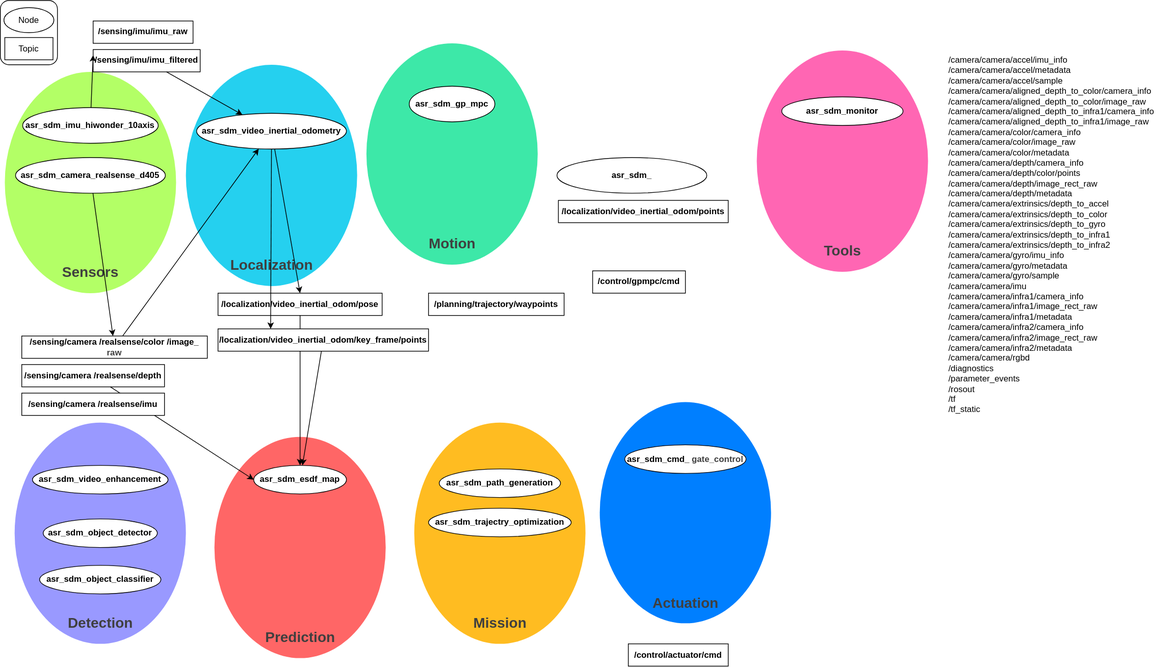
Before: asrsdm_diagram.drawio.svg, a diagram exported from draw.io (Yunxiu586/asr_sdm_robo). Source tidied: cells renumbered, new cells last; positions are measured from the earlier drawing's top-left corner, leaving out a move shared by most shapes.
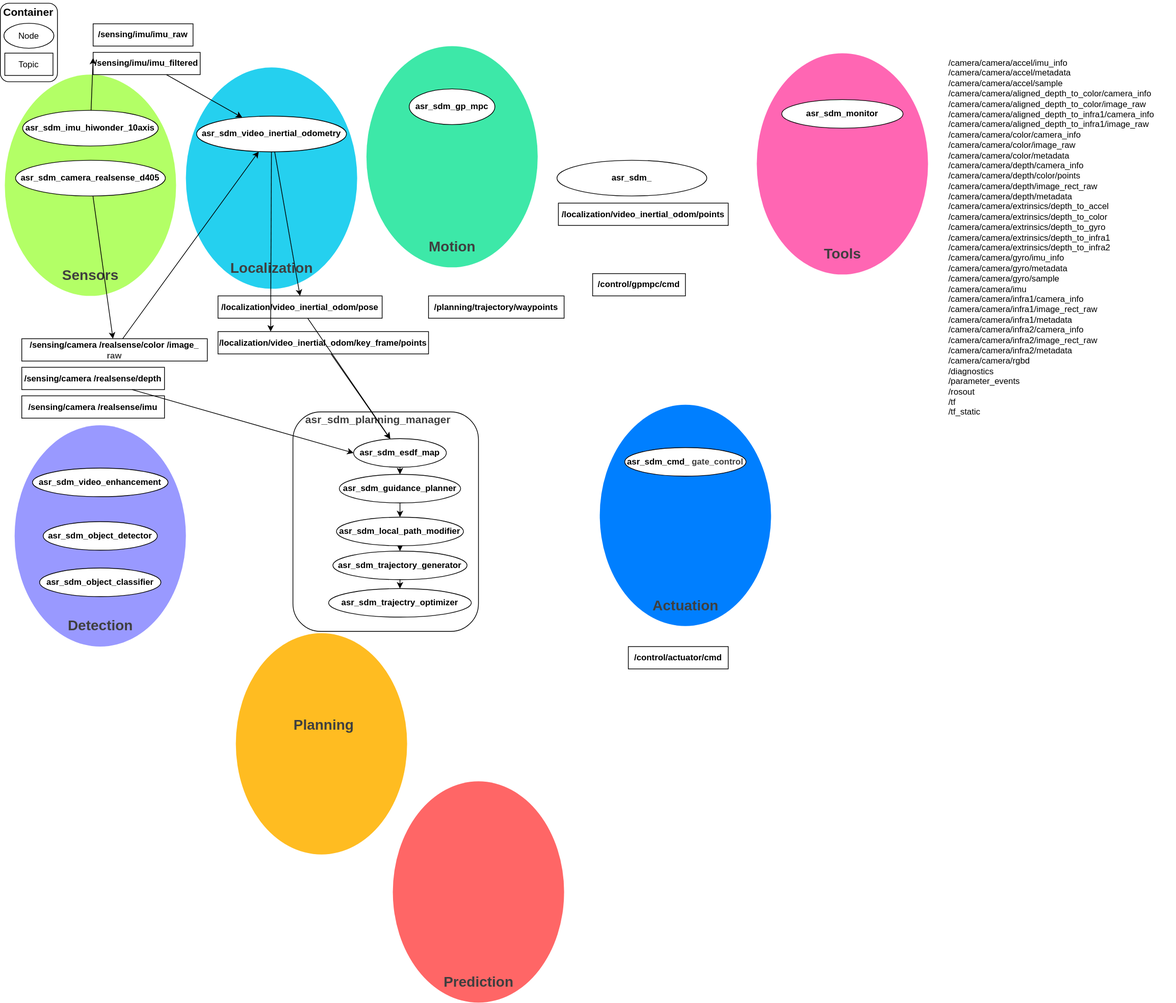
After the change.

Commit message:
update: modify asrsdm diagram

Change to the diagram source:
```diff
@@ -3,7 +3,7 @@
     <mxCell id="0" />
     <mxCell id="1" parent="0" />
     <mxCell id="2" style="group;" parent="1" vertex="1">
-      <mxGeometry x="300" y="611.2" width="240" height="310" as="geometry" />
+      <mxGeometry x="550" y="1090" width="240" height="310" as="geometry" />
     </mxCell>
     <mxCell id="3" style="ellipse;whiteSpace=wrap;html=1;fillColor=#FF6666;strokeColor=none;align=center;" parent="2" vertex="1">
       <mxGeometry width="240" height="310" as="geometry" />
@@ -11,32 +11,14 @@
     <mxCell id="4" value="&lt;b style=&quot;color: rgb(63, 63, 63); scrollbar-color: rgb(226, 226, 226) rgb(251, 251, 251); font-size: 20px; text-wrap-mode: wrap;&quot;&gt;Prediction&lt;/b&gt;" style="text;strokeColor=none;fillColor=none;html=1;fontSize=24;fontStyle=1;verticalAlign=middle;align=center;" parent="2" vertex="1">
       <mxGeometry x="70" y="260" width="100" height="40" as="geometry" />
     </mxCell>
-    <mxCell id="5" value="&lt;b&gt;asr_sdm_esdf_map&lt;/b&gt;" style="ellipse;whiteSpace=wrap;html=1;" parent="2" vertex="1">
-      <mxGeometry x="55" y="40" width="130" height="40" as="geometry" />
-    </mxCell>
-    <mxCell id="6" style="group;" parent="1" vertex="1">
-      <mxGeometry x="580" y="591.2" width="250" height="310" as="geometry" />
-    </mxCell>
-    <mxCell id="7" style="ellipse;whiteSpace=wrap;html=1;fillColor=#FFBC21;strokeColor=none;align=center;" parent="6" vertex="1">
-      <mxGeometry width="240" height="310" as="geometry" />
-    </mxCell>
-    <mxCell id="8" value="&lt;b style=&quot;color: rgb(63, 63, 63); scrollbar-color: rgb(226, 226, 226) rgb(251, 251, 251); font-size: 20px; text-wrap-mode: wrap;&quot;&gt;Mission&lt;/b&gt;" style="text;strokeColor=none;fillColor=none;html=1;fontSize=24;fontStyle=1;verticalAlign=middle;align=center;" parent="6" vertex="1">
-      <mxGeometry x="70" y="260" width="100" height="40" as="geometry" />
-    </mxCell>
-    <mxCell id="9" value="&lt;b&gt;asr_sdm_trajectry_optimization&lt;/b&gt;" style="ellipse;whiteSpace=wrap;html=1;" parent="6" vertex="1">
-      <mxGeometry x="20" y="120" width="200" height="40" as="geometry" />
-    </mxCell>
-    <mxCell id="10" value="&lt;b&gt;asr_sdm_path_generation&lt;/b&gt;" style="ellipse;whiteSpace=wrap;html=1;" parent="6" vertex="1">
-      <mxGeometry x="35" y="65" width="170" height="40" as="geometry" />
-    </mxCell>
     <mxCell id="11" style="rounded=1;whiteSpace=wrap;html=1;" parent="1" vertex="1">
-      <mxGeometry width="80" height="90" as="geometry" />
+      <mxGeometry width="80" height="110" as="geometry" />
     </mxCell>
     <mxCell id="12" value="Node" style="ellipse;whiteSpace=wrap;html=1;" parent="1" vertex="1">
-      <mxGeometry x="5" y="10" width="70" height="35" as="geometry" />
+      <mxGeometry x="5" y="28" width="70" height="35" as="geometry" />
     </mxCell>
     <mxCell id="13" value="Topic" style="rounded=0;whiteSpace=wrap;html=1;" parent="1" vertex="1">
-      <mxGeometry x="6.2" y="51.9" width="67.5" height="31.2" as="geometry" />
+      <mxGeometry x="6.2" y="69.9" width="67.5" height="31.2" as="geometry" />
     </mxCell>
     <mxCell id="14" style="group;" parent="1" vertex="1">
       <mxGeometry x="513" y="60" width="240" height="310" as="geometry" />
@@ -104,9 +86,6 @@
     <mxCell id="35" value="&lt;b&gt;/sensing/imu/imu_filtered&lt;/b&gt;" style="rounded=0;whiteSpace=wrap;html=1;" parent="1" vertex="1">
       <mxGeometry x="130" y="68.8" width="150" height="31.2" as="geometry" />
     </mxCell>
-    <mxCell id="36" style="edgeStyle=none;html=1;" parent="1" edge="1" source="37" target="5">
-      <mxGeometry relative="1" as="geometry" />
-    </mxCell>
     <mxCell id="37" value="&lt;b&gt;/localization/video_inertial_odom/pose&lt;/b&gt;" style="rounded=0;whiteSpace=wrap;html=1;" parent="1" vertex="1">
       <mxGeometry x="305" y="410" width="230" height="31.2" as="geometry" />
     </mxCell>
@@ -155,9 +134,6 @@
     <mxCell id="52" value="/camera/camera/accel/imu_info&#10;/camera/camera/accel/metadata&#10;/camera/camera/accel/sample&#10;/camera/camera/aligned_depth_to_color/camera_info&#10;/camera/camera/aligned_depth_to_color/image_raw&#10;/camera/camera/aligned_depth_to_infra1/camera_info&#10;/camera/camera/aligned_depth_to_infra1/image_raw&#10;/camera/camera/color/camera_info&#10;/camera/camera/color/image_raw&#10;/camera/camera/color/metadata&#10;/camera/camera/depth/camera_info&#10;/camera/camera/depth/color/points&#10;/camera/camera/depth/image_rect_raw&#10;/camera/camera/depth/metadata&#10;/camera/camera/extrinsics/depth_to_accel&#10;/camera/camera/extrinsics/depth_to_color&#10;/camera/camera/extrinsics/depth_to_gyro&#10;/camera/camera/extrinsics/depth_to_infra1&#10;/camera/camera/extrinsics/depth_to_infra2&#10;/camera/camera/gyro/imu_info&#10;/camera/camera/gyro/metadata&#10;/camera/camera/gyro/sample&#10;/camera/camera/imu&#10;/camera/camera/infra1/camera_info&#10;/camera/camera/infra1/image_rect_raw&#10;/camera/camera/infra1/metadata&#10;/camera/camera/infra2/camera_info&#10;/camera/camera/infra2/image_rect_raw&#10;/camera/camera/infra2/metadata&#10;/camera/camera/rgbd&#10;/diagnostics&#10;/parameter_events&#10;/rosout&#10;/tf&#10;/tf_static" style="text;whiteSpace=wrap;" parent="1" vertex="1">
       <mxGeometry x="1327" y="70" width="320" height="530" as="geometry" />
     </mxCell>
-    <mxCell id="53" style="edgeStyle=none;html=1;entryX=0;entryY=0.5;entryDx=0;entryDy=0;" parent="1" edge="1" source="54" target="5">
-      <mxGeometry relative="1" as="geometry" />
-    </mxCell>
     <mxCell id="54" value="&lt;b&gt;/sensing/camera&lt;/b&gt;&lt;span style=&quot;color: rgb(0, 0, 0); text-align: left;&quot;&gt;&lt;b&gt;/realsense/depth&lt;/b&gt;&lt;/span&gt;" style="rounded=0;whiteSpace=wrap;html=1;" parent="1" vertex="1">
       <mxGeometry x="30" y="510" width="200" height="31.2" as="geometry" />
     </mxCell>
@@ -170,9 +146,6 @@
     <mxCell id="57" style="edgeStyle=none;html=1;entryX=0.5;entryY=0;entryDx=0;entryDy=0;" parent="1" edge="1" source="27" target="37">
       <mxGeometry relative="1" as="geometry" />
     </mxCell>
-    <mxCell id="58" style="edgeStyle=none;html=1;" parent="1" edge="1" source="59" target="5">
-      <mxGeometry relative="1" as="geometry" />
-    </mxCell>
     <mxCell id="59" value="&lt;b&gt;/localization/video_inertial_odom/key_frame/points&lt;/b&gt;" style="rounded=0;whiteSpace=wrap;html=1;" parent="1" vertex="1">
       <mxGeometry x="305" y="460" width="295" height="31.2" as="geometry" />
     </mxCell>
@@ -185,5 +158,56 @@
     <mxCell id="62" value="&lt;b&gt;/sensing/camera&lt;/b&gt;&lt;span style=&quot;color: rgb(0, 0, 0); text-align: left;&quot;&gt;&lt;b&gt;/realsense/imu&lt;/b&gt;&lt;/span&gt;" style="rounded=0;whiteSpace=wrap;html=1;" parent="1" vertex="1">
       <mxGeometry x="30" y="550" width="200" height="31.2" as="geometry" />
     </mxCell>
+    <mxCell id="7" style="ellipse;whiteSpace=wrap;html=1;fillColor=#FFBC21;strokeColor=none;align=center;" parent="1" vertex="1">
+      <mxGeometry x="330" y="882.5" width="240" height="310" as="geometry" />
+    </mxCell>
+    <mxCell id="8" value="&lt;b style=&quot;color: rgb(63, 63, 63); scrollbar-color: rgb(226, 226, 226) rgb(251, 251, 251); font-size: 20px; text-wrap-mode: wrap;&quot;&gt;Planning&lt;/b&gt;" style="text;strokeColor=none;fillColor=none;html=1;fontSize=24;fontStyle=1;verticalAlign=middle;align=center;" parent="1" vertex="1">
+      <mxGeometry x="402.5" y="990" width="100" height="40" as="geometry" />
+    </mxCell>
+    <mxCell id="63" style="rounded=1;whiteSpace=wrap;html=1;" parent="1" vertex="1">
+      <mxGeometry x="410" y="572.5" width="260" height="307.5" as="geometry" />
+    </mxCell>
+    <mxCell id="64" value="&lt;span style=&quot;color: rgb(63, 63, 63); scrollbar-color: rgb(226, 226, 226) rgb(251, 251, 251); white-space: normal;&quot;&gt;&lt;font style=&quot;font-size: 15px;&quot;&gt;asr_sdm_planning_manager&lt;/font&gt;&lt;/span&gt;" style="text;strokeColor=none;fillColor=none;html=1;fontSize=24;fontStyle=1;verticalAlign=middle;align=center;" parent="1" vertex="1">
+      <mxGeometry x="420" y="571.2" width="217" height="20" as="geometry" />
+    </mxCell>
+    <mxCell id="65" value="&lt;font style=&quot;font-size: 15px;&quot;&gt;Container&lt;/font&gt;" style="text;strokeColor=none;fillColor=none;html=1;fontSize=24;fontStyle=1;verticalAlign=middle;align=center;" parent="1" vertex="1">
+      <mxGeometry x="3.8" width="70" height="20" as="geometry" />
+    </mxCell>
+    <mxCell id="9" value="&lt;b&gt;asr_sdm_trajectry_optimizer&lt;/b&gt;" style="ellipse;whiteSpace=wrap;html=1;" parent="1" vertex="1">
+      <mxGeometry x="460" y="820" width="200" height="40" as="geometry" />
+    </mxCell>
+    <mxCell id="66" style="edgeStyle=none;html=1;exitX=0.5;exitY=1;exitDx=0;exitDy=0;entryX=0.5;entryY=0;entryDx=0;entryDy=0;" parent="1" edge="1" source="5" target="10">
+      <mxGeometry relative="1" as="geometry" />
+    </mxCell>
+    <mxCell id="5" value="&lt;b&gt;asr_sdm_esdf_map&lt;/b&gt;" style="ellipse;whiteSpace=wrap;html=1;" parent="1" vertex="1">
+      <mxGeometry x="495" y="610" width="130" height="40" as="geometry" />
+    </mxCell>
+    <mxCell id="58" style="edgeStyle=none;html=1;" parent="1" edge="1" source="59" target="5">
+      <mxGeometry relative="1" as="geometry" />
+    </mxCell>
+    <mxCell id="36" style="edgeStyle=none;html=1;" parent="1" edge="1" source="37" target="5">
+      <mxGeometry relative="1" as="geometry" />
+    </mxCell>
+    <mxCell id="53" style="edgeStyle=none;html=1;entryX=0;entryY=0.5;entryDx=0;entryDy=0;" parent="1" edge="1" source="54" target="5">
+      <mxGeometry relative="1" as="geometry" />
+    </mxCell>
+    <mxCell id="67" style="edgeStyle=none;html=1;exitX=0.5;exitY=1;exitDx=0;exitDy=0;entryX=0.5;entryY=0;entryDx=0;entryDy=0;" parent="1" edge="1" source="10" target="69">
+      <mxGeometry relative="1" as="geometry" />
+    </mxCell>
+    <mxCell id="10" value="&lt;b&gt;asr_sdm_guidance_planner&lt;/b&gt;" style="ellipse;whiteSpace=wrap;html=1;" parent="1" vertex="1">
+      <mxGeometry x="475" y="660" width="170" height="40" as="geometry" />
+    </mxCell>
+    <mxCell id="68" style="edgeStyle=none;html=1;exitX=0.5;exitY=1;exitDx=0;exitDy=0;entryX=0.5;entryY=0;entryDx=0;entryDy=0;" parent="1" edge="1" source="69" target="71">
+      <mxGeometry relative="1" as="geometry" />
+    </mxCell>
+    <mxCell id="69" value="&lt;b&gt;asr_sdm_local_path_modifier&lt;/b&gt;" style="ellipse;whiteSpace=wrap;html=1;" parent="1" vertex="1">
+      <mxGeometry x="471" y="720" width="178" height="40" as="geometry" />
+    </mxCell>
+    <mxCell id="70" style="edgeStyle=none;html=1;exitX=0.5;exitY=1;exitDx=0;exitDy=0;entryX=0.5;entryY=0;entryDx=0;entryDy=0;" parent="1" edge="1" source="71" target="9">
+      <mxGeometry relative="1" as="geometry" />
+    </mxCell>
+    <mxCell id="71" value="&lt;b&gt;asr_sdm_trajectory_generator&lt;/b&gt;" style="ellipse;whiteSpace=wrap;html=1;" parent="1" vertex="1">
+      <mxGeometry x="466" y="767.5" width="188" height="40" as="geometry" />
+    </mxCell>
   </root>
 </mxGraphModel>
```
